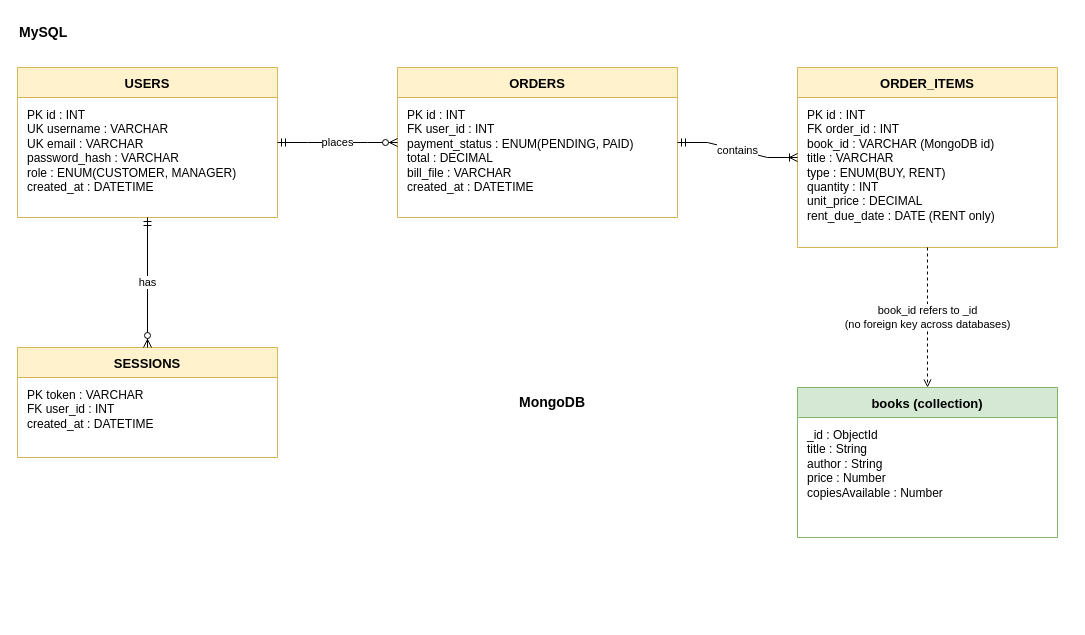
KFUPMer/csce310-bookstore keeps this draw.io diagram as docs/02-design/diagrams/database-er.drawio. Above is the earlier version. Source tidied: cells renumbered, new cells numbered last; positions are measured from the earlier drawing's top-left corner, leaving out a move shared by most shapes. Both pictures are drawn from the tidied source at 100%, with x=0, y=0 at pixel (17, 17).
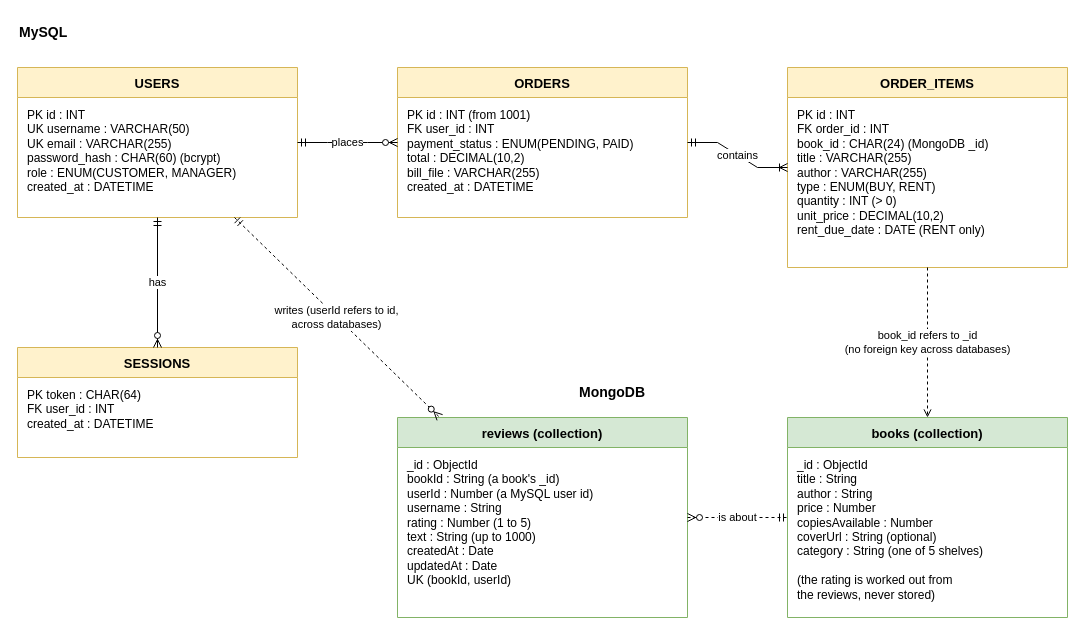
Above is the later version.

Diff of the diagram source:
```diff
@@
     <mxCell id="3" value="MongoDB" style="text;html=1;align=left;verticalAlign=middle;fontStyle=1;fontSize=14;" parent="1" vertex="1">
-      <mxGeometry x="500" y="370" width="200" height="30" as="geometry" />
+      <mxGeometry x="560" y="360" width="200" height="30" as="geometry" />
     </mxCell>
     <mxCell id="4" value="USERS" style="swimlane;fontStyle=1;horizontal=1;startSize=30;fillColor=#fff2cc;strokeColor=#d6b656;fontSize=13;" parent="1" vertex="1">
-      <mxGeometry y="50" width="260" height="150" as="geometry" />
+      <mxGeometry y="50" width="280" height="150" as="geometry" />
     </mxCell>
-    <mxCell id="5" value="PK  id : INT&#10;UK  username : VARCHAR&#10;UK  email : VARCHAR&#10;password_hash : VARCHAR&#10;role : ENUM(CUSTOMER, MANAGER)&#10;created_at : DATETIME" style="text;strokeColor=none;fillColor=none;align=left;verticalAlign=top;spacingLeft=8;spacingTop=4;whiteSpace=wrap;fontSize=12;" parent="4" vertex="1">
-      <mxGeometry y="30" width="260" height="120" as="geometry" />
+    <mxCell id="5" value="PK  id : INT&#10;UK  username : VARCHAR(50)&#10;UK  email : VARCHAR(255)&#10;password_hash : CHAR(60) (bcrypt)&#10;role : ENUM(CUSTOMER, MANAGER)&#10;created_at : DATETIME" style="text;strokeColor=none;fillColor=none;align=left;verticalAlign=top;spacingLeft=8;spacingTop=4;whiteSpace=wrap;fontSize=12;" parent="4" vertex="1">
+      <mxGeometry y="30" width="280" height="120" as="geometry" />
     </mxCell>
     <mxCell id="6" value="SESSIONS" style="swimlane;fontStyle=1;horizontal=1;startSize=30;fillColor=#fff2cc;strokeColor=#d6b656;fontSize=13;" parent="1" vertex="1">
-      <mxGeometry y="330" width="260" height="110" as="geometry" />
+      <mxGeometry y="330" width="280" height="110" as="geometry" />
     </mxCell>
-    <mxCell id="7" value="PK  token : VARCHAR&#10;FK  user_id : INT&#10;created_at : DATETIME" style="text;strokeColor=none;fillColor=none;align=left;verticalAlign=top;spacingLeft=8;spacingTop=4;whiteSpace=wrap;fontSize=12;" parent="6" vertex="1">
-      <mxGeometry y="30" width="260" height="80" as="geometry" />
+    <mxCell id="7" value="PK  token : CHAR(64)&#10;FK  user_id : INT&#10;created_at : DATETIME" style="text;strokeColor=none;fillColor=none;align=left;verticalAlign=top;spacingLeft=8;spacingTop=4;whiteSpace=wrap;fontSize=12;" parent="6" vertex="1">
+      <mxGeometry y="30" width="280" height="80" as="geometry" />
     </mxCell>
     <mxCell id="8" value="ORDERS" style="swimlane;fontStyle=1;horizontal=1;startSize=30;fillColor=#fff2cc;strokeColor=#d6b656;fontSize=13;" parent="1" vertex="1">
-      <mxGeometry x="380" y="50" width="280" height="150" as="geometry" />
+      <mxGeometry x="380" y="50" width="290" height="150" as="geometry" />
     </mxCell>
-    <mxCell id="9" value="PK  id : INT&#10;FK  user_id : INT&#10;payment_status : ENUM(PENDING, PAID)&#10;total : DECIMAL&#10;bill_file : VARCHAR&#10;created_at : DATETIME" style="text;strokeColor=none;fillColor=none;align=left;verticalAlign=top;spacingLeft=8;spacingTop=4;whiteSpace=wrap;fontSize=12;" parent="8" vertex="1">
-      <mxGeometry y="30" width="280" height="120" as="geometry" />
+    <mxCell id="9" value="PK  id : INT (from 1001)&#10;FK  user_id : INT&#10;payment_status : ENUM(PENDING, PAID)&#10;total : DECIMAL(10,2)&#10;bill_file : VARCHAR(255)&#10;created_at : DATETIME" style="text;strokeColor=none;fillColor=none;align=left;verticalAlign=top;spacingLeft=8;spacingTop=4;whiteSpace=wrap;fontSize=12;" parent="8" vertex="1">
+      <mxGeometry y="30" width="290" height="120" as="geometry" />
     </mxCell>
     <mxCell id="10" value="ORDER_ITEMS" style="swimlane;fontStyle=1;horizontal=1;startSize=30;fillColor=#fff2cc;strokeColor=#d6b656;fontSize=13;" parent="1" vertex="1">
-      <mxGeometry x="780" y="50" width="260" height="180" as="geometry" />
+      <mxGeometry x="770" y="50" width="280" height="200" as="geometry" />
     </mxCell>
-    <mxCell id="11" value="PK  id : INT&#10;FK  order_id : INT&#10;book_id : VARCHAR (MongoDB id)&#10;title : VARCHAR&#10;type : ENUM(BUY, RENT)&#10;quantity : INT&#10;unit_price : DECIMAL&#10;rent_due_date : DATE (RENT only)" style="text;strokeColor=none;fillColor=none;align=left;verticalAlign=top;spacingLeft=8;spacingTop=4;whiteSpace=wrap;fontSize=12;" parent="10" vertex="1">
-      <mxGeometry y="30" width="260" height="150" as="geometry" />
+    <mxCell id="11" value="PK  id : INT&#10;FK  order_id : INT&#10;book_id : CHAR(24) (MongoDB _id)&#10;title : VARCHAR(255)&#10;author : VARCHAR(255)&#10;type : ENUM(BUY, RENT)&#10;quantity : INT (&gt; 0)&#10;unit_price : DECIMAL(10,2)&#10;rent_due_date : DATE (RENT only)" style="text;strokeColor=none;fillColor=none;align=left;verticalAlign=top;spacingLeft=8;spacingTop=4;whiteSpace=wrap;fontSize=12;" parent="10" vertex="1">
+      <mxGeometry y="30" width="280" height="170" as="geometry" />
     </mxCell>
+    <mxCell id="18" value="reviews (collection)" style="swimlane;fontStyle=1;horizontal=1;startSize=30;fillColor=#d5e8d4;strokeColor=#82b366;fontSize=13;" parent="1" vertex="1">
+      <mxGeometry x="380" y="400" width="290" height="200" as="geometry" />
+    </mxCell>
+    <mxCell id="19" value="_id : ObjectId&#10;bookId : String (a book's _id)&#10;userId : Number (a MySQL user id)&#10;username : String&#10;rating : Number (1 to 5)&#10;text : String (up to 1000)&#10;createdAt : Date&#10;updatedAt : Date&#10;UK  (bookId, userId)" style="text;strokeColor=none;fillColor=none;align=left;verticalAlign=top;spacingLeft=8;spacingTop=4;whiteSpace=wrap;fontSize=12;" parent="18" vertex="1">
+      <mxGeometry y="30" width="290" height="170" as="geometry" />
+    </mxCell>
     <mxCell id="12" value="books (collection)" style="swimlane;fontStyle=1;horizontal=1;startSize=30;fillColor=#d5e8d4;strokeColor=#82b366;fontSize=13;" parent="1" vertex="1">
-      <mxGeometry x="780" y="370" width="260" height="150" as="geometry" />
+      <mxGeometry x="770" y="400" width="280" height="200" as="geometry" />
     </mxCell>
-    <mxCell id="13" value="_id : ObjectId&#10;title : String&#10;author : String&#10;price : Number&#10;copiesAvailable : Number" style="text;strokeColor=none;fillColor=none;align=left;verticalAlign=top;spacingLeft=8;spacingTop=4;whiteSpace=wrap;fontSize=12;" parent="12" vertex="1">
-      <mxGeometry y="30" width="260" height="120" as="geometry" />
+    <mxCell id="13" value="_id : ObjectId&#10;title : String&#10;author : String&#10;price : Number&#10;copiesAvailable : Number&#10;coverUrl : String (optional)&#10;category : String (one of 5 shelves)&#10;&#10;(the rating is worked out from&#10;the reviews, never stored)" style="text;strokeColor=none;fillColor=none;align=left;verticalAlign=top;spacingLeft=8;spacingTop=4;whiteSpace=wrap;fontSize=12;" parent="12" vertex="1">
+      <mxGeometry y="30" width="280" height="170" as="geometry" />
     </mxCell>
@@
+    <mxCell id="20" value="is about" style="dashed=1;endArrow=ERmandOne;startArrow=ERzeroToMany;html=1;rounded=0;fontSize=11;" parent="1" edge="1" source="18" target="12">
+      <mxGeometry relative="1" as="geometry" />
+    </mxCell>
+    <mxCell id="21" value="writes (userId refers to id,&#10;across databases)" style="dashed=1;endArrow=ERzeroToMany;startArrow=ERmandOne;html=1;rounded=0;fontSize=11;" parent="1" edge="1" source="4" target="18">
+      <mxGeometry relative="1" as="geometry" />
+    </mxCell>
```
